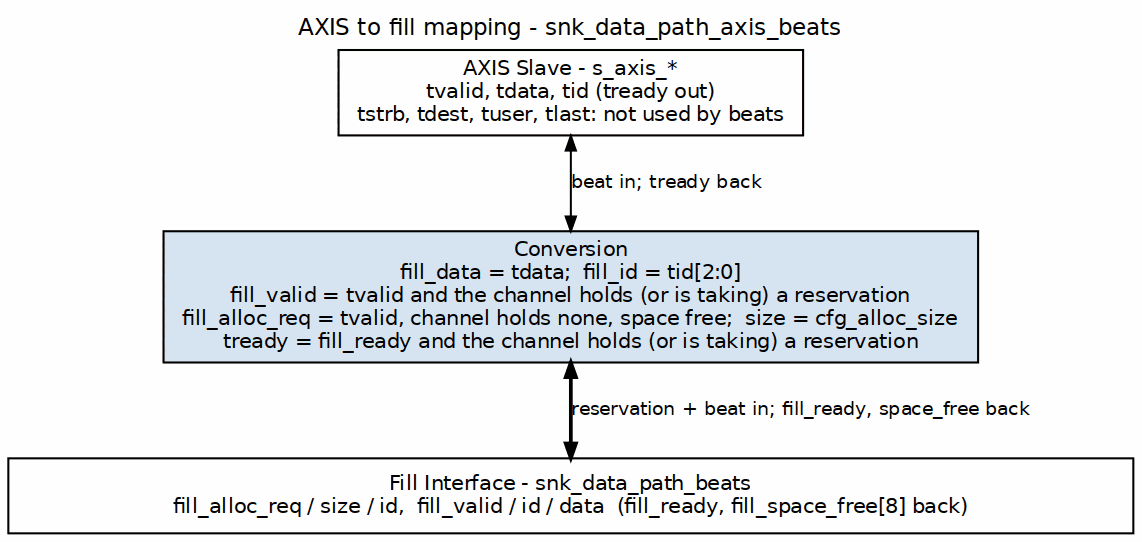
Before: projects/components/dma-ip/rapids/docs/rapids_beats_mas/assets/graphviz/14b_axis_to_fill.png, a diagram exported from Graphviz (sean-galloway/RTLDesignSherpa). Its source is kept beside it as projects/components/dma-ip/rapids/docs/rapids_beats_mas/assets/graphviz/14b_axis_to_fill.dot. The source it was exported from:
```dot
digraph axis_to_fill {
    graph [rankdir=TB, bgcolor="white", fontname="Helvetica", fontsize=11,
           nodesep="0.50", ranksep="0.50", splines=ortho,
           label="AXIS to fill mapping - snk_data_path_axis_beats", labelloc=t, labeljust=c];
    node  [fontname="Helvetica", fontsize=10, shape=box, style=filled,
           fillcolor="#D6E4F0", color="black", margin="0.12,0.06"];
    edge  [fontname="Helvetica", fontsize=9, color="black", arrowsize=0.7];

    axis [label="AXIS Slave - s_axis_*\ntvalid, tdata, tid (tready out)\ntstrb, tdest, tuser, tlast: not used by beats", fillcolor="white"];
    conv [label="Conversion\nfill_data = tdata;  fill_id = tid[2:0]\nfill_valid = tvalid and the channel holds (or is taking) a reservation\nfill_alloc_req = tvalid, channel holds none, space free;  size = cfg_alloc_size\ntready = fill_ready and the channel holds (or is taking) a reservation"];
    fill [label="Fill Interface - snk_data_path_beats\nfill_alloc_req / size / id,  fill_valid / id / data  (fill_ready, fill_space_free[8] back)", fillcolor="white", width=7.5];

    axis -> conv [dir=both, label="beat in; tready back"];
    conv -> fill [dir=both, penwidth=1.8, label="reservation + beat in; fill_ready, space_free back"];
}
```
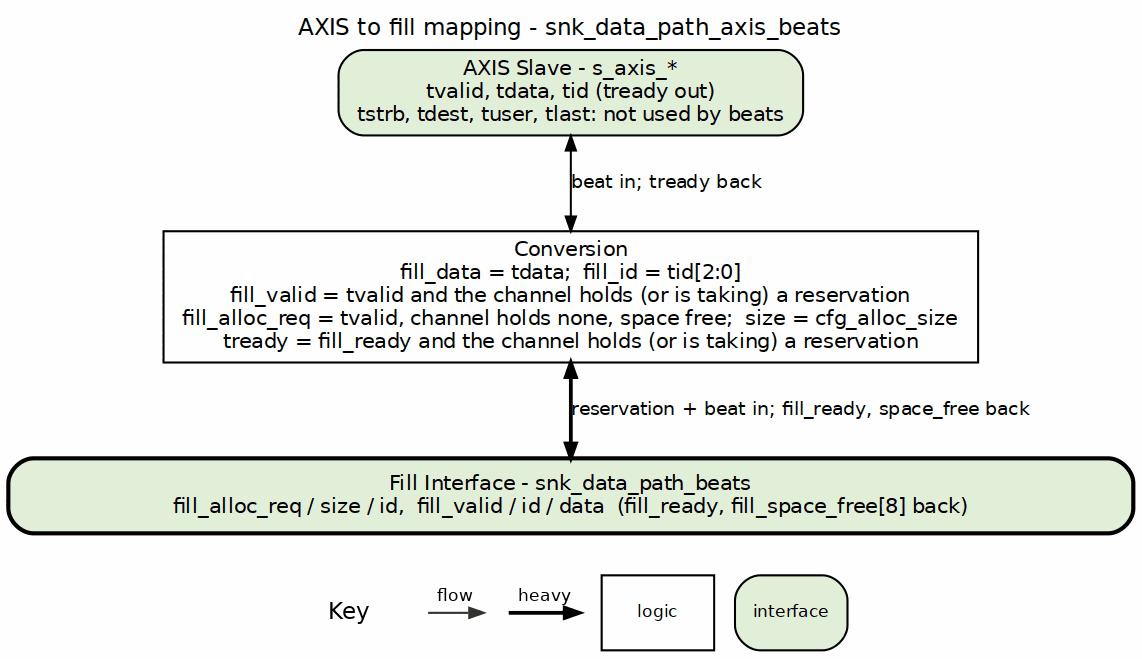
After the change.

Diff of the diagram source:
```diff
@@ -3,12 +3,12 @@
            nodesep="0.50", ranksep="0.50", splines=ortho,
            label="AXIS to fill mapping - snk_data_path_axis_beats", labelloc=t, labeljust=c];
     node  [fontname="Helvetica", fontsize=10, shape=box, style=filled,
-           fillcolor="#D6E4F0", color="black", margin="0.12,0.06"];
+           fillcolor="white", color="black", margin="0.12,0.06"];
     edge  [fontname="Helvetica", fontsize=9, color="black", arrowsize=0.7];
 
-    axis [label="AXIS Slave - s_axis_*\ntvalid, tdata, tid (tready out)\ntstrb, tdest, tuser, tlast: not used by beats", fillcolor="white"];
-    conv [label="Conversion\nfill_data = tdata;  fill_id = tid[2:0]\nfill_valid = tvalid and the channel holds (or is taking) a reservation\nfill_alloc_req = tvalid, channel holds none, space free;  size = cfg_alloc_size\ntready = fill_ready and the channel holds (or is taking) a reservation"];
-    fill [label="Fill Interface - snk_data_path_beats\nfill_alloc_req / size / id,  fill_valid / id / data  (fill_ready, fill_space_free[8] back)", fillcolor="white", width=7.5];
+    axis [label="AXIS Slave - s_axis_*\ntvalid, tdata, tid (tready out)\ntstrb, tdest, tuser, tlast: not used by beats", fillcolor="white", style="rounded,filled", fillcolor="#E2EFDA"];
+    conv [label="Conversion\nfill_data = tdata;  fill_id = tid[2:0]\nfill_valid = tvalid and the channel holds (or is taking) a reservation\nfill_alloc_req = tvalid, channel holds none, space free;  size = cfg_alloc_size\ntready = fill_ready and the channel holds (or is taking) a reservation", style="filled", fillcolor="white"];
+    fill [label="Fill Interface - snk_data_path_beats\nfill_alloc_req / size / id,  fill_valid / id / data  (fill_ready, fill_space_free[8] back)", fillcolor="white", width=7.5, style="rounded,filled,bold", fillcolor="#E2EFDA"];
 
     axis -> conv [dir=both, label="beat in; tready back"];
     conv -> fill [dir=both, penwidth=1.8, label="reservation + beat in; fill_ready, space_free back"];
```
